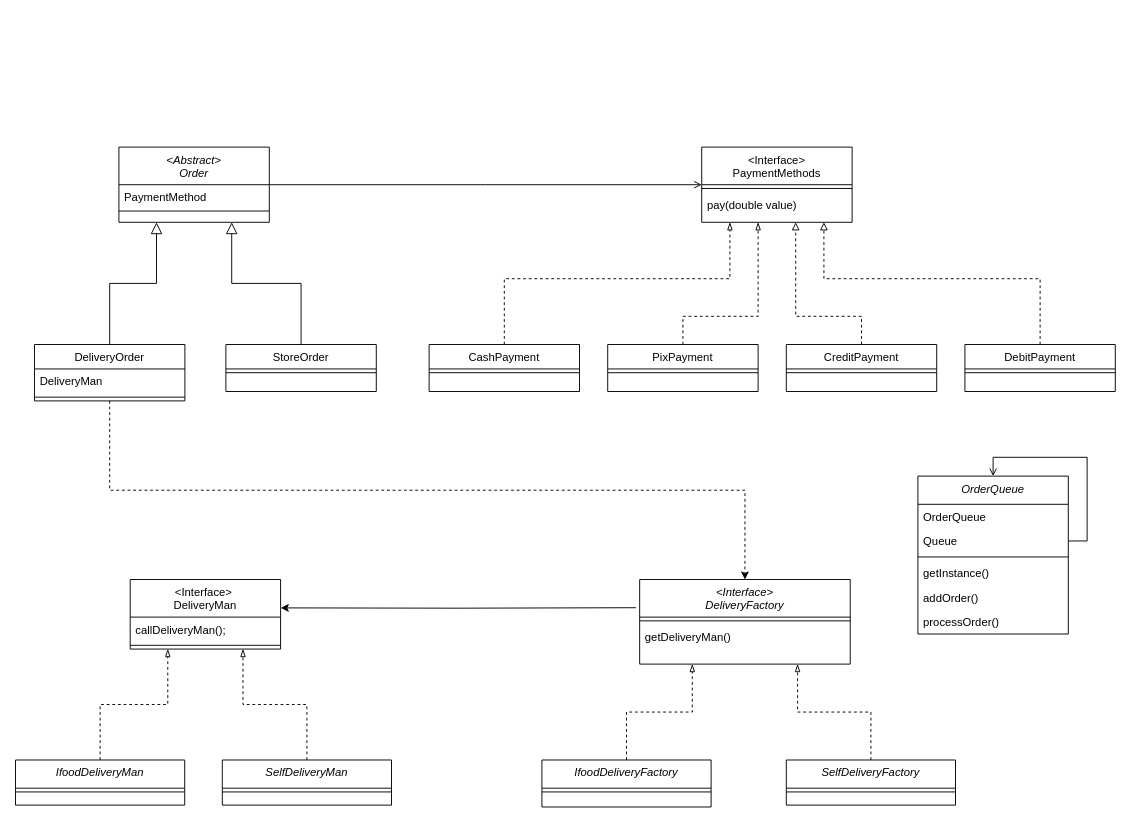
rhuannascimento/atv-01-AA-Engenharia-De-Software keeps this draw.io diagram as src/main/java/org/example/diagram/atv1.drawio. Above is the earlier version. Source tidied: cells renumbered, new cells numbered last; positions are measured from the earlier drawing's top-left corner, leaving out a move shared by most shapes. Both pictures are drawn from the tidied source at 94%, with x=0, y=0 at pixel (15, 147).
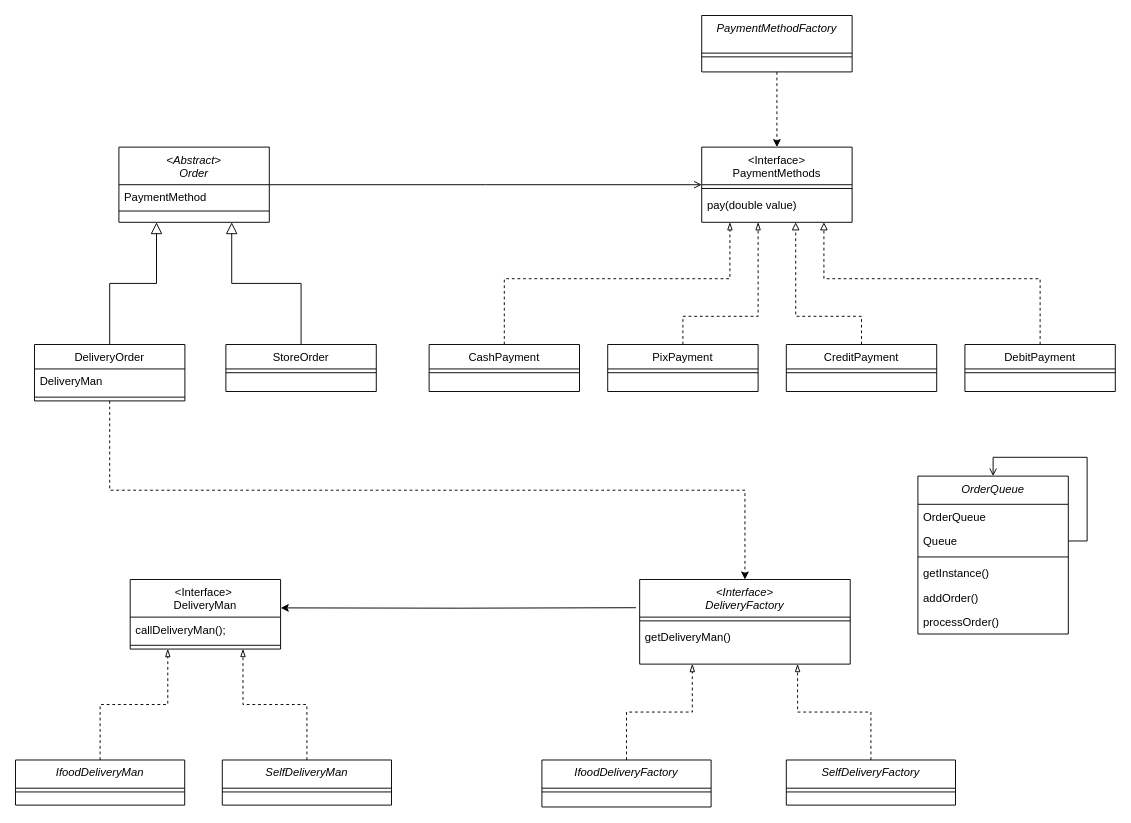
The same diagram, later.

Commit message (it also covers changes not shown here):
REFACT: CHANGE DIAGRAM

Unchanged cells that the change refers to:
```xml
<mxCell id="14" value="&lt;Interface&gt;&#10;PaymentMethods" style="swimlane;fontStyle=0;align=center;verticalAlign=top;horizontal=1;startSize=40;rounded=0;shadow=0;strokeWidth=1;" parent="1" vertex="1">
  <mxGeometry x="730" width="160" height="80" as="geometry" />
</mxCell>
```

What changed in the source:
```diff
@@
+    <mxCell id="57" style="edgeStyle=orthogonalEdgeStyle;rounded=0;jettySize=auto;html=1;exitX=0.5;exitY=1;exitDx=0;exitDy=0;dashed=1;" parent="1" edge="1" source="58" target="14">
+      <mxGeometry relative="1" as="geometry" />
+    </mxCell>
+    <mxCell id="58" value="PaymentMethodFactory" style="swimlane;fontStyle=2;align=center;verticalAlign=top;horizontal=1;startSize=40;rounded=0;shadow=0;strokeWidth=1;" parent="1" vertex="1">
+      <mxGeometry x="730" y="-140" width="160" height="60" as="geometry" />
+    </mxCell>
+    <mxCell id="59" style="line;html=1;strokeWidth=1;align=left;verticalAlign=middle;spacingTop=-1;spacingLeft=3;spacingRight=3;labelPosition=right;" parent="58" vertex="1">
+      <mxGeometry y="40" width="160" height="8" as="geometry" />
+    </mxCell>
```
